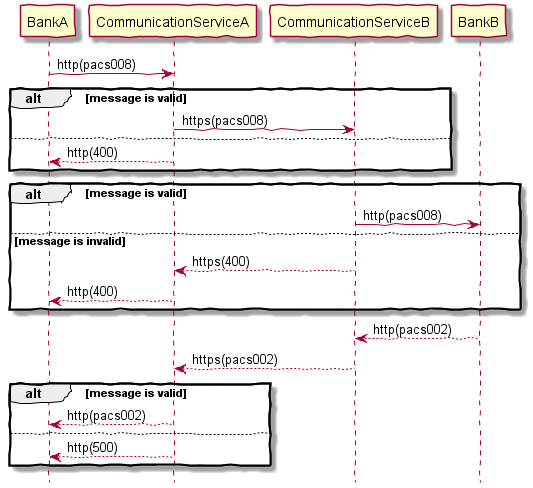
Earlier version of the PlantUML export images/sequence-diagram-01.png (centiglobe/decentralized-ISO20022). The source it was exported from:
```plantuml
@startuml
skinparam handwritten true
hide footbox
hide empty description
BankA -> CommunicationServiceA : http(pacs008)

alt message is valid
CommunicationServiceA -> CommunicationServiceB: https(pacs008)
else
CommunicationServiceA --> BankA : http(400)
end

alt message is valid
CommunicationServiceB -> BankB : http(pacs008)
else message is invalid
CommunicationServiceB --> CommunicationServiceA : https(400)
CommunicationServiceA --> BankA : http(400)
end

BankB --> CommunicationServiceB : http(pacs002)
CommunicationServiceB --> CommunicationServiceA : https(pacs002)
alt message is valid
CommunicationServiceA --> BankA : http(pacs002)
else
CommunicationServiceA --> BankA : http(500)
end

@enduml
```
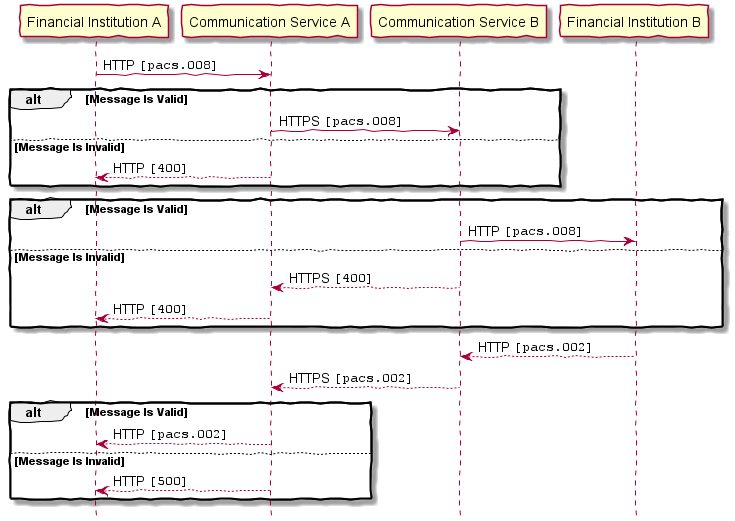
After the commit.

What changed in the source:
```diff
@@ -2,27 +2,33 @@
 skinparam handwritten true
 hide footbox
 hide empty description
-BankA -> CommunicationServiceA : http(pacs008)
 
-alt message is valid
-CommunicationServiceA -> CommunicationServiceB: https(pacs008)
-else
-CommunicationServiceA --> BankA : http(400)
+participant "Financial Institution A" as A
+participant "Communication Service A" as CA
+participant "Communication Service B" as CB
+participant "Financial Institution B" as B
+
+A -> CA : HTTP ""[pacs.008]""
+
+alt Message Is Valid
+CA -> CB: HTTPS ""[pacs.008]""
+else  Message Is Invalid
+CA --> A : HTTP ""[400]""
 end
 
-alt message is valid
-CommunicationServiceB -> BankB : http(pacs008)
-else message is invalid
-CommunicationServiceB --> CommunicationServiceA : https(400)
-CommunicationServiceA --> BankA : http(400)
+alt Message Is Valid
+CB -> B : HTTP ""[pacs.008]""
+else Message Is Invalid
+CB --> CA : HTTPS ""[400]""
+CA --> A : HTTP ""[400]""
 end
 
-BankB --> CommunicationServiceB : http(pacs002)
-CommunicationServiceB --> CommunicationServiceA : https(pacs002)
-alt message is valid
-CommunicationServiceA --> BankA : http(pacs002)
-else
-CommunicationServiceA --> BankA : http(500)
+B --> CB : HTTP ""[pacs.002]""
+CB --> CA : HTTPS ""[pacs.002]""
+alt Message Is Valid
+CA --> A : HTTP ""[pacs.002]""
+else Message Is Invalid
+CA --> A : HTTP ""[500]""
 end
 
 @enduml
```
